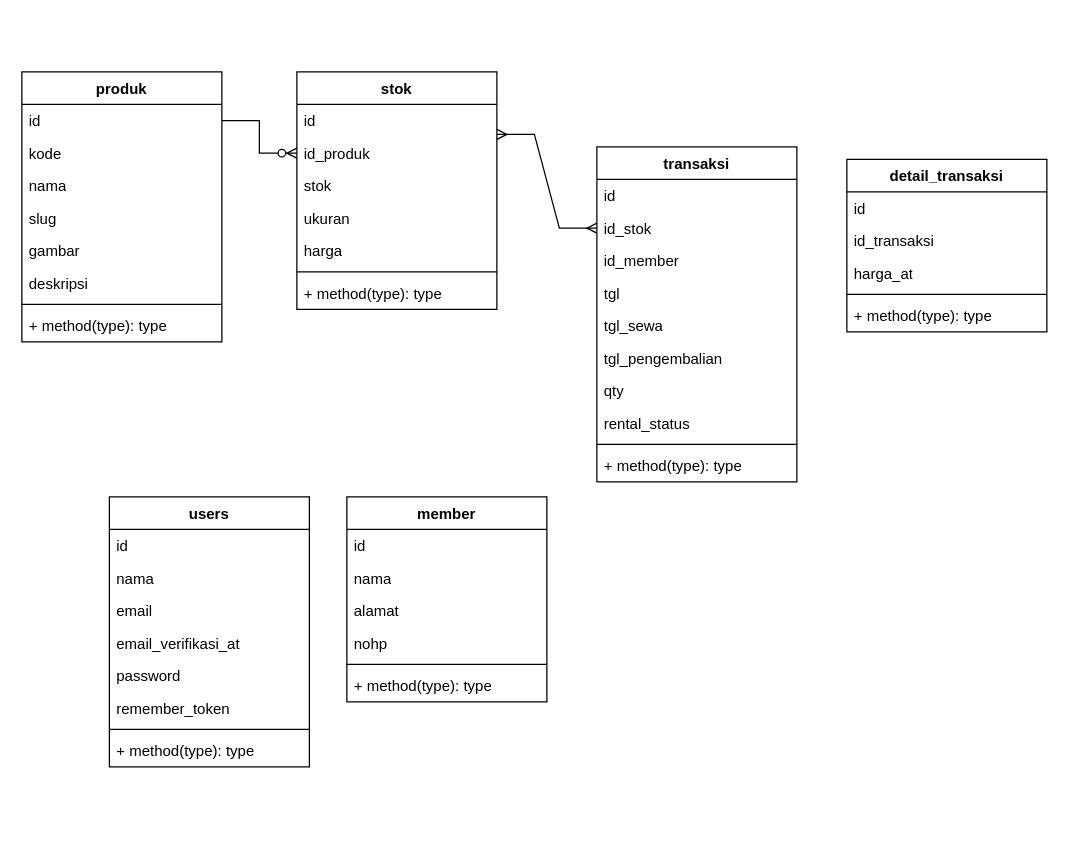
The draw.io diagram Untitled Diagram.drawio in GibransLF/sans, before the edit. Source tidied: cells renumbered, new cells numbered last; positions are measured from the earlier drawing's top-left corner, leaving out a move shared by most shapes. Both pictures are drawn from the tidied source at 125%, with x=0, y=0 at pixel (21, 71).
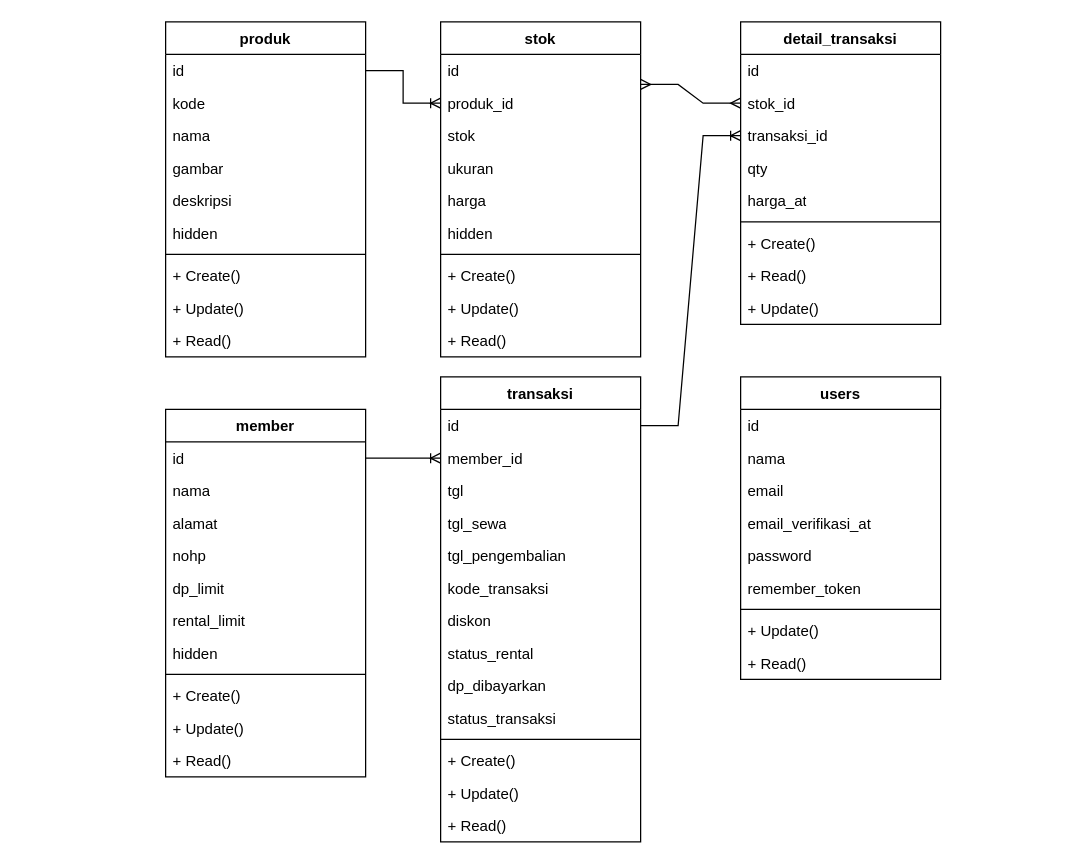
After the change.

The change refers to these unchanged cells:
```xml
<mxCell id="3" value="id" style="text;strokeColor=none;fillColor=none;align=left;verticalAlign=top;spacingLeft=4;spacingRight=4;overflow=hidden;points=[[0,0.5],[1,0.5]];portConstraint=eastwest;whiteSpace=wrap;html=1;" parent="2" vertex="1">
  <mxGeometry y="26" width="160" height="26" as="geometry" />
</mxCell>
<mxCell id="12" value="id" style="text;strokeColor=none;fillColor=none;align=left;verticalAlign=top;spacingLeft=4;spacingRight=4;overflow=hidden;points=[[0,0.5],[1,0.5]];portConstraint=eastwest;whiteSpace=wrap;html=1;" parent="11" vertex="1">
  <mxGeometry y="26" width="160" height="26" as="geometry" />
</mxCell>
<mxCell id="20" value="id" style="text;strokeColor=none;fillColor=none;align=left;verticalAlign=top;spacingLeft=4;spacingRight=4;overflow=hidden;points=[[0,0.5],[1,0.5]];portConstraint=eastwest;whiteSpace=wrap;html=1;" parent="19" vertex="1">
  <mxGeometry y="26" width="160" height="26" as="geometry" />
</mxCell>
<mxCell id="31" value="id" style="text;strokeColor=none;fillColor=none;align=left;verticalAlign=top;spacingLeft=4;spacingRight=4;overflow=hidden;points=[[0,0.5],[1,0.5]];portConstraint=eastwest;whiteSpace=wrap;html=1;" parent="30" vertex="1">
  <mxGeometry y="26" width="160" height="26" as="geometry" />
</mxCell>
```

Diff of the diagram source:
```diff
@@
     <mxCell id="2" value="produk" style="swimlane;fontStyle=1;align=center;verticalAlign=top;horizontal=1;startSize=26;whiteSpace=wrap;html=1;" parent="1" vertex="1">
-      <mxGeometry width="160" height="216" as="geometry" />
+      <mxGeometry x="115" y="-40" width="160" height="268" as="geometry" />
     </mxCell>
@@
-    <mxCell id="6" value="slug" style="text;strokeColor=none;fillColor=none;align=left;verticalAlign=top;spacingLeft=4;spacingRight=4;overflow=hidden;whiteSpace=wrap;html=1;" parent="2" vertex="1">
-      <mxGeometry y="104" width="160" height="26" as="geometry" />
-    </mxCell>
     <mxCell id="7" value="gambar" style="text;strokeColor=none;fillColor=none;align=left;verticalAlign=top;spacingLeft=4;spacingRight=4;overflow=hidden;whiteSpace=wrap;html=1;" parent="2" vertex="1">
-      <mxGeometry y="130" width="160" height="26" as="geometry" />
+      <mxGeometry y="104" width="160" height="26" as="geometry" />
     </mxCell>
     <mxCell id="8" value="deskripsi" style="text;strokeColor=none;fillColor=none;align=left;verticalAlign=top;spacingLeft=4;spacingRight=4;overflow=hidden;whiteSpace=wrap;html=1;" parent="2" vertex="1">
-      <mxGeometry y="156" width="160" height="26" as="geometry" />
+      <mxGeometry y="130" width="160" height="26" as="geometry" />
     </mxCell>
+    <mxCell id="54" value="hidden" style="text;strokeColor=none;fillColor=none;align=left;verticalAlign=top;spacingLeft=4;spacingRight=4;overflow=hidden;whiteSpace=wrap;html=1;" parent="2" vertex="1">
+      <mxGeometry y="156" width="160" height="26" as="geometry" />
+    </mxCell>
@@
-    <mxCell id="10" value="+ method(type): type" style="text;strokeColor=none;fillColor=none;align=left;verticalAlign=top;spacingLeft=4;spacingRight=4;overflow=hidden;whiteSpace=wrap;html=1;" parent="2" vertex="1">
+    <mxCell id="10" value="+ Create()" style="text;strokeColor=none;fillColor=none;align=left;verticalAlign=top;spacingLeft=4;spacingRight=4;overflow=hidden;whiteSpace=wrap;html=1;" parent="2" vertex="1">
       <mxGeometry y="190" width="160" height="26" as="geometry" />
     </mxCell>
+    <mxCell id="55" value="+ Update()" style="text;strokeColor=none;fillColor=none;align=left;verticalAlign=top;spacingLeft=4;spacingRight=4;overflow=hidden;whiteSpace=wrap;html=1;" parent="2" vertex="1">
+      <mxGeometry y="216" width="160" height="26" as="geometry" />
+    </mxCell>
+    <mxCell id="56" value="+ Read()" style="text;strokeColor=none;fillColor=none;align=left;verticalAlign=top;spacingLeft=4;spacingRight=4;overflow=hidden;whiteSpace=wrap;html=1;" parent="2" vertex="1">
+      <mxGeometry y="242" width="160" height="26" as="geometry" />
+    </mxCell>
     <mxCell id="11" value="stok" style="swimlane;fontStyle=1;align=center;verticalAlign=top;horizontal=1;startSize=26;whiteSpace=wrap;html=1;" parent="1" vertex="1">
-      <mxGeometry x="220" width="160" height="190" as="geometry" />
+      <mxGeometry x="335" y="-40" width="160" height="268" as="geometry" />
     </mxCell>
@@
-    <mxCell id="13" value="id_produk" style="text;strokeColor=none;fillColor=none;align=left;verticalAlign=top;spacingLeft=4;spacingRight=4;overflow=hidden;points=[[0,0.5],[1,0.5]];portConstraint=eastwest;whiteSpace=wrap;html=1;" parent="11" vertex="1">
+    <mxCell id="13" value="produk_id" style="text;strokeColor=none;fillColor=none;align=left;verticalAlign=top;spacingLeft=4;spacingRight=4;overflow=hidden;points=[[0,0.5],[1,0.5]];portConstraint=eastwest;whiteSpace=wrap;html=1;" parent="11" vertex="1">
       <mxGeometry y="52" width="160" height="26" as="geometry" />
     </mxCell>
@@
+    <mxCell id="57" value="hidden" style="text;strokeColor=none;fillColor=none;align=left;verticalAlign=top;spacingLeft=4;spacingRight=4;overflow=hidden;whiteSpace=wrap;html=1;" parent="11" vertex="1">
+      <mxGeometry y="156" width="160" height="26" as="geometry" />
+    </mxCell>
     <mxCell id="17" style="line;strokeWidth=1;fillColor=none;align=left;verticalAlign=middle;spacingTop=-1;spacingLeft=3;spacingRight=3;labelPosition=right;strokeColor=inherit;" parent="11" vertex="1">
-      <mxGeometry y="156" width="160" height="8" as="geometry" />
+      <mxGeometry y="182" width="160" height="8" as="geometry" />
     </mxCell>
-    <mxCell id="18" value="+ method(type): type" style="text;strokeColor=none;fillColor=none;align=left;verticalAlign=top;spacingLeft=4;spacingRight=4;overflow=hidden;whiteSpace=wrap;html=1;" parent="11" vertex="1">
-      <mxGeometry y="164" width="160" height="26" as="geometry" />
-    </mxCell>
+    <mxCell id="58" value="+ Create()" style="text;strokeColor=none;fillColor=none;align=left;verticalAlign=top;spacingLeft=4;spacingRight=4;overflow=hidden;whiteSpace=wrap;html=1;" parent="11" vertex="1">
+      <mxGeometry y="190" width="160" height="26" as="geometry" />
+    </mxCell>
+    <mxCell id="59" value="+ Update()" style="text;strokeColor=none;fillColor=none;align=left;verticalAlign=top;spacingLeft=4;spacingRight=4;overflow=hidden;whiteSpace=wrap;html=1;" parent="11" vertex="1">
+      <mxGeometry y="216" width="160" height="26" as="geometry" />
+    </mxCell>
+    <mxCell id="60" value="+ Read()" style="text;strokeColor=none;fillColor=none;align=left;verticalAlign=top;spacingLeft=4;spacingRight=4;overflow=hidden;whiteSpace=wrap;html=1;" parent="11" vertex="1">
+      <mxGeometry y="242" width="160" height="26" as="geometry" />
+    </mxCell>
     <mxCell id="19" value="transaksi" style="swimlane;fontStyle=1;align=center;verticalAlign=top;horizontal=1;startSize=26;whiteSpace=wrap;html=1;" parent="1" vertex="1">
-      <mxGeometry x="460" y="60" width="160" height="268" as="geometry" />
+      <mxGeometry x="335" y="244" width="160" height="372" as="geometry" />
     </mxCell>
@@
-    <mxCell id="21" value="id_stok" style="text;strokeColor=none;fillColor=none;align=left;verticalAlign=top;spacingLeft=4;spacingRight=4;overflow=hidden;points=[[0,0.5],[1,0.5]];portConstraint=eastwest;whiteSpace=wrap;html=1;" parent="19" vertex="1">
-      <mxGeometry y="52" width="160" height="26" as="geometry" />
-    </mxCell>
-    <mxCell id="22" value="id_member" style="text;strokeColor=none;fillColor=none;align=left;verticalAlign=top;spacingLeft=4;spacingRight=4;overflow=hidden;points=[[0,0.5],[1,0.5]];portConstraint=eastwest;whiteSpace=wrap;html=1;" parent="19" vertex="1">
-      <mxGeometry y="78" width="160" height="26" as="geometry" />
+    <mxCell id="22" value="member_id" style="text;strokeColor=none;fillColor=none;align=left;verticalAlign=top;spacingLeft=4;spacingRight=4;overflow=hidden;points=[[0,0.5],[1,0.5]];portConstraint=eastwest;whiteSpace=wrap;html=1;" parent="19" vertex="1">
+      <mxGeometry y="52" width="160" height="26" as="geometry" />
     </mxCell>
     <mxCell id="23" value="tgl" style="text;strokeColor=none;fillColor=none;align=left;verticalAlign=top;spacingLeft=4;spacingRight=4;overflow=hidden;whiteSpace=wrap;html=1;" parent="19" vertex="1">
-      <mxGeometry y="104" width="160" height="26" as="geometry" />
+      <mxGeometry y="78" width="160" height="26" as="geometry" />
     </mxCell>
     <mxCell id="24" value="tgl_sewa" style="text;strokeColor=none;fillColor=none;align=left;verticalAlign=top;spacingLeft=4;spacingRight=4;overflow=hidden;whiteSpace=wrap;html=1;" parent="19" vertex="1">
-      <mxGeometry y="130" width="160" height="26" as="geometry" />
+      <mxGeometry y="104" width="160" height="26" as="geometry" />
     </mxCell>
     <mxCell id="25" value="tgl_pengembalian" style="text;strokeColor=none;fillColor=none;align=left;verticalAlign=top;spacingLeft=4;spacingRight=4;overflow=hidden;whiteSpace=wrap;html=1;" parent="19" vertex="1">
-      <mxGeometry y="156" width="160" height="26" as="geometry" />
+      <mxGeometry y="130" width="160" height="26" as="geometry" />
     </mxCell>
-    <mxCell id="26" value="qty" style="text;strokeColor=none;fillColor=none;align=left;verticalAlign=top;spacingLeft=4;spacingRight=4;overflow=hidden;whiteSpace=wrap;html=1;" parent="19" vertex="1">
-      <mxGeometry y="182" width="160" height="26" as="geometry" />
-    </mxCell>
+    <mxCell id="61" value="kode_transaksi" style="text;strokeColor=none;fillColor=none;align=left;verticalAlign=top;spacingLeft=4;spacingRight=4;overflow=hidden;whiteSpace=wrap;html=1;" parent="19" vertex="1">
+      <mxGeometry y="156" width="160" height="26" as="geometry" />
+    </mxCell>
+    <mxCell id="62" value="diskon" style="text;strokeColor=none;fillColor=none;align=left;verticalAlign=top;spacingLeft=4;spacingRight=4;overflow=hidden;whiteSpace=wrap;html=1;" parent="19" vertex="1">
+      <mxGeometry y="182" width="160" height="26" as="geometry" />
+    </mxCell>
-    <mxCell id="27" value="rental_status" style="text;strokeColor=none;fillColor=none;align=left;verticalAlign=top;spacingLeft=4;spacingRight=4;overflow=hidden;whiteSpace=wrap;html=1;" parent="19" vertex="1">
+    <mxCell id="27" value="status_rental" style="text;strokeColor=none;fillColor=none;align=left;verticalAlign=top;spacingLeft=4;spacingRight=4;overflow=hidden;whiteSpace=wrap;html=1;" parent="19" vertex="1">
       <mxGeometry y="208" width="160" height="26" as="geometry" />
     </mxCell>
+    <mxCell id="63" value="dp_dibayarkan" style="text;strokeColor=none;fillColor=none;align=left;verticalAlign=top;spacingLeft=4;spacingRight=4;overflow=hidden;whiteSpace=wrap;html=1;" parent="19" vertex="1">
+      <mxGeometry y="234" width="160" height="26" as="geometry" />
+    </mxCell>
+    <mxCell id="64" value="status_transaksi" style="text;strokeColor=none;fillColor=none;align=left;verticalAlign=top;spacingLeft=4;spacingRight=4;overflow=hidden;whiteSpace=wrap;html=1;" parent="19" vertex="1">
+      <mxGeometry y="260" width="160" height="26" as="geometry" />
+    </mxCell>
     <mxCell id="28" style="line;strokeWidth=1;fillColor=none;align=left;verticalAlign=middle;spacingTop=-1;spacingLeft=3;spacingRight=3;labelPosition=right;strokeColor=inherit;" parent="19" vertex="1">
-      <mxGeometry y="234" width="160" height="8" as="geometry" />
+      <mxGeometry y="286" width="160" height="8" as="geometry" />
     </mxCell>
-    <mxCell id="29" value="+ method(type): type" style="text;strokeColor=none;fillColor=none;align=left;verticalAlign=top;spacingLeft=4;spacingRight=4;overflow=hidden;whiteSpace=wrap;html=1;" parent="19" vertex="1">
-      <mxGeometry y="242" width="160" height="26" as="geometry" />
-    </mxCell>
+    <mxCell id="65" value="+ Create()" style="text;strokeColor=none;fillColor=none;align=left;verticalAlign=top;spacingLeft=4;spacingRight=4;overflow=hidden;whiteSpace=wrap;html=1;" parent="19" vertex="1">
+      <mxGeometry y="294" width="160" height="26" as="geometry" />
+    </mxCell>
+    <mxCell id="66" value="+ Update()" style="text;strokeColor=none;fillColor=none;align=left;verticalAlign=top;spacingLeft=4;spacingRight=4;overflow=hidden;whiteSpace=wrap;html=1;" parent="19" vertex="1">
+      <mxGeometry y="320" width="160" height="26" as="geometry" />
+    </mxCell>
+    <mxCell id="67" value="+ Read()" style="text;strokeColor=none;fillColor=none;align=left;verticalAlign=top;spacingLeft=4;spacingRight=4;overflow=hidden;whiteSpace=wrap;html=1;" parent="19" vertex="1">
+      <mxGeometry y="346" width="160" height="26" as="geometry" />
+    </mxCell>
     <mxCell id="30" value="member" style="swimlane;fontStyle=1;align=center;verticalAlign=top;horizontal=1;startSize=26;whiteSpace=wrap;html=1;" parent="1" vertex="1">
-      <mxGeometry x="260" y="340" width="160" height="164" as="geometry" />
+      <mxGeometry x="115" y="270" width="160" height="294" as="geometry" />
     </mxCell>
@@
+    <mxCell id="68" value="dp_limit" style="text;strokeColor=none;fillColor=none;align=left;verticalAlign=top;spacingLeft=4;spacingRight=4;overflow=hidden;whiteSpace=wrap;html=1;" parent="30" vertex="1">
+      <mxGeometry y="130" width="160" height="26" as="geometry" />
+    </mxCell>
+    <mxCell id="69" value="rental_limit" style="text;strokeColor=none;fillColor=none;align=left;verticalAlign=top;spacingLeft=4;spacingRight=4;overflow=hidden;whiteSpace=wrap;html=1;" parent="30" vertex="1">
+      <mxGeometry y="156" width="160" height="26" as="geometry" />
+    </mxCell>
+    <mxCell id="70" value="hidden" style="text;strokeColor=none;fillColor=none;align=left;verticalAlign=top;spacingLeft=4;spacingRight=4;overflow=hidden;whiteSpace=wrap;html=1;" parent="30" vertex="1">
+      <mxGeometry y="182" width="160" height="26" as="geometry" />
+    </mxCell>
     <mxCell id="35" style="line;strokeWidth=1;fillColor=none;align=left;verticalAlign=middle;spacingTop=-1;spacingLeft=3;spacingRight=3;labelPosition=right;strokeColor=inherit;" parent="30" vertex="1">
-      <mxGeometry y="130" width="160" height="8" as="geometry" />
+      <mxGeometry y="208" width="160" height="8" as="geometry" />
     </mxCell>
-    <mxCell id="36" value="+ method(type): type" style="text;strokeColor=none;fillColor=none;align=left;verticalAlign=top;spacingLeft=4;spacingRight=4;overflow=hidden;whiteSpace=wrap;html=1;" parent="30" vertex="1">
-      <mxGeometry y="138" width="160" height="26" as="geometry" />
-    </mxCell>
+    <mxCell id="71" value="+ Create()" style="text;strokeColor=none;fillColor=none;align=left;verticalAlign=top;spacingLeft=4;spacingRight=4;overflow=hidden;whiteSpace=wrap;html=1;" parent="30" vertex="1">
+      <mxGeometry y="216" width="160" height="26" as="geometry" />
+    </mxCell>
+    <mxCell id="72" value="+ Update()" style="text;strokeColor=none;fillColor=none;align=left;verticalAlign=top;spacingLeft=4;spacingRight=4;overflow=hidden;whiteSpace=wrap;html=1;" parent="30" vertex="1">
+      <mxGeometry y="242" width="160" height="26" as="geometry" />
+    </mxCell>
+    <mxCell id="73" value="+ Read()" style="text;strokeColor=none;fillColor=none;align=left;verticalAlign=top;spacingLeft=4;spacingRight=4;overflow=hidden;whiteSpace=wrap;html=1;" parent="30" vertex="1">
+      <mxGeometry y="268" width="160" height="26" as="geometry" />
+    </mxCell>
     <mxCell id="37" value="detail_transaksi" style="swimlane;fontStyle=1;align=center;verticalAlign=top;horizontal=1;startSize=26;whiteSpace=wrap;html=1;" parent="1" vertex="1">
-      <mxGeometry x="660" y="70" width="160" height="138" as="geometry" />
+      <mxGeometry x="575" y="-40" width="160" height="242" as="geometry" />
     </mxCell>
@@
+    <mxCell id="21" value="stok_id" style="text;strokeColor=none;fillColor=none;align=left;verticalAlign=top;spacingLeft=4;spacingRight=4;overflow=hidden;points=[[0,0.5],[1,0.5]];portConstraint=eastwest;whiteSpace=wrap;html=1;" parent="37" vertex="1">
+      <mxGeometry y="52" width="160" height="26" as="geometry" />
+    </mxCell>
-    <mxCell id="39" value="id_transaksi" style="text;strokeColor=none;fillColor=none;align=left;verticalAlign=top;spacingLeft=4;spacingRight=4;overflow=hidden;points=[[0,0.5],[1,0.5]];portConstraint=eastwest;whiteSpace=wrap;html=1;" parent="37" vertex="1">
-      <mxGeometry y="52" width="160" height="26" as="geometry" />
+    <mxCell id="39" value="transaksi_id" style="text;strokeColor=none;fillColor=none;align=left;verticalAlign=top;spacingLeft=4;spacingRight=4;overflow=hidden;points=[[0,0.5],[1,0.5]];portConstraint=eastwest;whiteSpace=wrap;html=1;" parent="37" vertex="1">
+      <mxGeometry y="78" width="160" height="26" as="geometry" />
     </mxCell>
+    <mxCell id="26" value="qty" style="text;strokeColor=none;fillColor=none;align=left;verticalAlign=top;spacingLeft=4;spacingRight=4;overflow=hidden;whiteSpace=wrap;html=1;" parent="37" vertex="1">
+      <mxGeometry y="104" width="160" height="26" as="geometry" />
+    </mxCell>
     <mxCell id="40" value="harga_at" style="text;strokeColor=none;fillColor=none;align=left;verticalAlign=top;spacingLeft=4;spacingRight=4;overflow=hidden;whiteSpace=wrap;html=1;" parent="37" vertex="1">
-      <mxGeometry y="78" width="160" height="26" as="geometry" />
+      <mxGeometry y="130" width="160" height="26" as="geometry" />
     </mxCell>
     <mxCell id="41" style="line;strokeWidth=1;fillColor=none;align=left;verticalAlign=middle;spacingTop=-1;spacingLeft=3;spacingRight=3;labelPosition=right;strokeColor=inherit;" parent="37" vertex="1">
-      <mxGeometry y="104" width="160" height="8" as="geometry" />
+      <mxGeometry y="156" width="160" height="8" as="geometry" />
     </mxCell>
-    <mxCell id="42" value="+ method(type): type" style="text;strokeColor=none;fillColor=none;align=left;verticalAlign=top;spacingLeft=4;spacingRight=4;overflow=hidden;whiteSpace=wrap;html=1;" parent="37" vertex="1">
-      <mxGeometry y="112" width="160" height="26" as="geometry" />
-    </mxCell>
+    <mxCell id="74" value="+ Create()" style="text;strokeColor=none;fillColor=none;align=left;verticalAlign=top;spacingLeft=4;spacingRight=4;overflow=hidden;whiteSpace=wrap;html=1;" parent="37" vertex="1">
+      <mxGeometry y="164" width="160" height="26" as="geometry" />
+    </mxCell>
+    <mxCell id="75" value="+ Read()" style="text;strokeColor=none;fillColor=none;align=left;verticalAlign=top;spacingLeft=4;spacingRight=4;overflow=hidden;whiteSpace=wrap;html=1;" parent="37" vertex="1">
+      <mxGeometry y="190" width="160" height="26" as="geometry" />
+    </mxCell>
+    <mxCell id="76" value="+ Update()" style="text;strokeColor=none;fillColor=none;align=left;verticalAlign=top;spacingLeft=4;spacingRight=4;overflow=hidden;whiteSpace=wrap;html=1;" parent="37" vertex="1">
+      <mxGeometry y="216" width="160" height="26" as="geometry" />
+    </mxCell>
     <mxCell id="43" value="users" style="swimlane;fontStyle=1;align=center;verticalAlign=top;horizontal=1;startSize=26;whiteSpace=wrap;html=1;" parent="1" vertex="1">
-      <mxGeometry x="70" y="340" width="160" height="216" as="geometry" />
+      <mxGeometry x="575" y="244" width="160" height="242" as="geometry" />
     </mxCell>
@@
-    <mxCell id="51" value="+ method(type): type" style="text;strokeColor=none;fillColor=none;align=left;verticalAlign=top;spacingLeft=4;spacingRight=4;overflow=hidden;whiteSpace=wrap;html=1;" parent="43" vertex="1">
-      <mxGeometry y="190" width="160" height="26" as="geometry" />
-    </mxCell>
+    <mxCell id="77" value="+ Update()" style="text;strokeColor=none;fillColor=none;align=left;verticalAlign=top;spacingLeft=4;spacingRight=4;overflow=hidden;whiteSpace=wrap;html=1;" parent="43" vertex="1">
+      <mxGeometry y="190" width="160" height="26" as="geometry" />
+    </mxCell>
+    <mxCell id="78" value="+ Read()" style="text;strokeColor=none;fillColor=none;align=left;verticalAlign=top;spacingLeft=4;spacingRight=4;overflow=hidden;whiteSpace=wrap;html=1;" parent="43" vertex="1">
+      <mxGeometry y="216" width="160" height="26" as="geometry" />
+    </mxCell>
+    <mxCell id="53" style="edgeStyle=entityRelationEdgeStyle;fontSize=12;html=1;endArrow=ERmany;startArrow=ERmany;rounded=0;exitX=1;exitY=0.923;exitDx=0;exitDy=0;exitPerimeter=0;" parent="1" edge="1" source="12" target="21">
+      <mxGeometry relative="1" as="geometry" />
+    </mxCell>
+    <mxCell id="79" style="edgeStyle=entityRelationEdgeStyle;fontSize=12;html=1;endArrow=ERoneToMany;rounded=0;" parent="1" edge="1" source="31" target="22">
+      <mxGeometry relative="1" as="geometry" />
+    </mxCell>
+    <mxCell id="80" style="edgeStyle=entityRelationEdgeStyle;fontSize=12;html=1;endArrow=ERoneToMany;rounded=0;" parent="1" edge="1" source="20" target="39">
+      <mxGeometry relative="1" as="geometry" />
+    </mxCell>
-    <mxCell id="52" style="edgeStyle=entityRelationEdgeStyle;fontSize=12;html=1;endArrow=ERzeroToMany;endFill=1;rounded=0;exitX=1;exitY=0.5;exitDx=0;exitDy=0;entryX=0;entryY=0.5;entryDx=0;entryDy=0;" parent="1" edge="1" source="3" target="13">
+    <mxCell id="52" style="edgeStyle=entityRelationEdgeStyle;fontSize=12;html=1;endArrow=ERoneToMany;rounded=0;" parent="1" edge="1" source="3" target="13">
       <mxGeometry relative="1" as="geometry" />
     </mxCell>
-    <mxCell id="53" style="edgeStyle=entityRelationEdgeStyle;fontSize=12;html=1;endArrow=ERmany;startArrow=ERmany;rounded=0;exitX=1;exitY=0.923;exitDx=0;exitDy=0;exitPerimeter=0;" parent="1" edge="1" source="12" target="21">
-      <mxGeometry relative="1" as="geometry" />
-    </mxCell>
```
